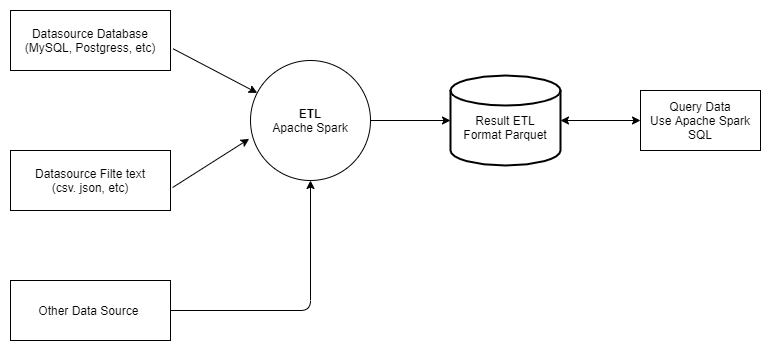
dendie-sanjaya/ai-chatbot-big-data-apache-spark keeps this draw.io diagram as ss/architecture.png. Above is the earlier version. Source tidied: cells renumbered, new cells last; positions are measured from the earlier drawing's top-left corner, leaving out a move shared by most shapes. The source it was exported from:
```xml
<mxGraphModel>
  <root>
    <mxCell id="0" />
    <mxCell id="1" parent="0" />
    <mxCell id="2" value="Datasource Database&lt;br&gt;(MySQL, Postgress, etc)" style="rounded=0;whiteSpace=wrap;html=1;" parent="1" vertex="1">
      <mxGeometry width="160" height="60" as="geometry" />
    </mxCell>
    <mxCell id="3" value="Datasource Filte text&lt;br&gt;(csv. json, etc)" style="rounded=0;whiteSpace=wrap;html=1;" parent="1" vertex="1">
      <mxGeometry y="140" width="160" height="60" as="geometry" />
    </mxCell>
    <mxCell id="4" value="&lt;b&gt;ETL&lt;/b&gt;&lt;br&gt;Apache Spark" style="ellipse;whiteSpace=wrap;html=1;" parent="1" vertex="1">
      <mxGeometry x="240" y="50" width="120" height="120" as="geometry" />
    </mxCell>
    <mxCell id="5" value="&lt;br&gt;Result ETL&lt;br&gt;Format&amp;nbsp;Parquet" style="strokeWidth=2;html=1;shape=mxgraph.flowchart.database;whiteSpace=wrap;" parent="1" vertex="1">
      <mxGeometry x="440" y="65" width="110" height="90" as="geometry" />
    </mxCell>
    <mxCell id="6" value="Query Data&lt;br&gt;Use Apache Spark SQL" style="rounded=0;whiteSpace=wrap;html=1;" parent="1" vertex="1">
      <mxGeometry x="630" y="80" width="120" height="60" as="geometry" />
    </mxCell>
    <mxCell id="7" style="endArrow=classic;html=1;exitX=1.017;exitY=0.639;exitDx=0;exitDy=0;exitPerimeter=0;" parent="1" edge="1" source="2" target="4">
      <mxGeometry relative="1" as="geometry" />
    </mxCell>
    <mxCell id="8" style="endArrow=classic;html=1;exitX=1.013;exitY=0.617;exitDx=0;exitDy=0;exitPerimeter=0;entryX=-0.011;entryY=0.653;entryDx=0;entryDy=0;entryPerimeter=0;" parent="1" edge="1" source="3" target="4">
      <mxGeometry relative="1" as="geometry" />
    </mxCell>
    <mxCell id="9" style="endArrow=classic;html=1;exitX=1;exitY=0.5;exitDx=0;exitDy=0;" parent="1" edge="1" source="4" target="5">
      <mxGeometry relative="1" as="geometry" />
    </mxCell>
    <mxCell id="10" style="endArrow=classic;startArrow=classic;html=1;exitX=1;exitY=0.5;exitDx=0;exitDy=0;exitPerimeter=0;entryX=0;entryY=0.5;entryDx=0;entryDy=0;" parent="1" edge="1" source="5" target="6">
      <mxGeometry relative="1" as="geometry" />
    </mxCell>
    <mxCell id="11" value="Other Data Source&amp;nbsp;" style="rounded=0;whiteSpace=wrap;html=1;" parent="1" vertex="1">
      <mxGeometry y="270" width="160" height="60" as="geometry" />
    </mxCell>
    <mxCell id="12" style="endArrow=classic;html=1;exitX=1;exitY=0.5;exitDx=0;exitDy=0;entryX=0.5;entryY=1;entryDx=0;entryDy=0;" parent="1" edge="1" source="11" target="4">
      <mxGeometry relative="1" as="geometry">
        <Array as="points">
          <mxPoint x="300" y="300" />
        </Array>
      </mxGeometry>
    </mxCell>
  </root>
</mxGraphModel>
```
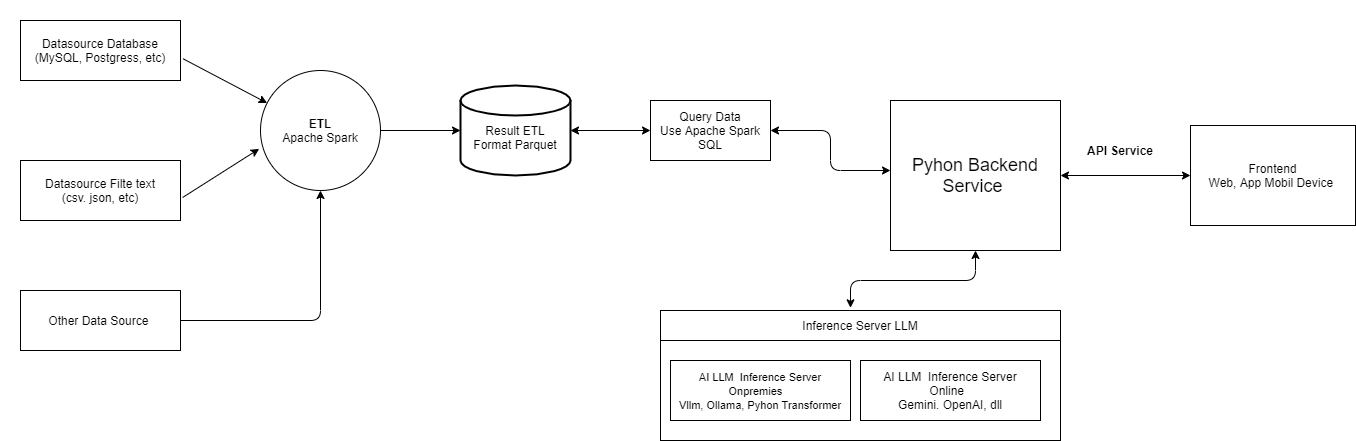
After the change.

What changed in the source:
```diff
@@ -39,5 +39,49 @@
         </Array>
       </mxGeometry>
     </mxCell>
+    <mxCell id="13" value="&lt;font style=&quot;font-size: 18px&quot;&gt;Pyhon Backend Service&amp;nbsp;&lt;/font&gt;" style="rounded=0;whiteSpace=wrap;html=1;" parent="1" vertex="1">
+      <mxGeometry x="870" y="80" width="170" height="150" as="geometry" />
+    </mxCell>
+    <mxCell id="14" style="group;" parent="1" vertex="1">
+      <mxGeometry x="640" y="290" width="400" height="130" as="geometry" />
+    </mxCell>
+    <mxCell id="15" style="rounded=0;whiteSpace=wrap;html=1;" parent="14" vertex="1">
+      <mxGeometry y="30" width="400" height="100" as="geometry" />
+    </mxCell>
+    <mxCell id="16" value="AI LLM&amp;nbsp; Inference Server Online&amp;nbsp;&amp;nbsp;&lt;br&gt;Gemini. OpenAI, dll" style="rounded=0;whiteSpace=wrap;html=1;" parent="14" vertex="1">
+      <mxGeometry x="200" y="50" width="180" height="60" as="geometry" />
+    </mxCell>
+    <mxCell id="17" value="&lt;font style=&quot;font-size: 11px&quot;&gt;AI LLM&amp;nbsp; Inference Server Onpremies&amp;nbsp; &amp;nbsp;&lt;br&gt;Vllm, Ollama, Pyhon Transformer&lt;/font&gt;" style="rounded=0;whiteSpace=wrap;html=1;" parent="14" vertex="1">
+      <mxGeometry x="10" y="50" width="180" height="60" as="geometry" />
+    </mxCell>
+    <mxCell id="18" value="Inference Server LLM" style="rounded=0;whiteSpace=wrap;html=1;" parent="14" vertex="1">
+      <mxGeometry width="400" height="30" as="geometry" />
+    </mxCell>
+    <mxCell id="19" style="endArrow=classic;startArrow=classic;html=1;exitX=1;exitY=0.5;exitDx=0;exitDy=0;" parent="1" edge="1" source="6">
+      <mxGeometry relative="1" as="geometry">
+        <mxPoint x="870" y="150" as="targetPoint" />
+        <Array as="points">
+          <mxPoint x="810" y="110" />
+          <mxPoint x="810" y="150" />
+        </Array>
+      </mxGeometry>
+    </mxCell>
+    <mxCell id="20" style="endArrow=classic;startArrow=classic;html=1;exitX=0.475;exitY=-0.089;exitDx=0;exitDy=0;exitPerimeter=0;entryX=0.5;entryY=1;entryDx=0;entryDy=0;" parent="1" edge="1" source="18" target="13">
+      <mxGeometry relative="1" as="geometry">
+        <Array as="points">
+          <mxPoint x="830" y="260" />
+          <mxPoint x="955" y="260" />
+        </Array>
+      </mxGeometry>
+    </mxCell>
+    <mxCell id="21" value="Frontend&lt;br&gt;Web, App Mobil Device&amp;nbsp;" style="rounded=0;whiteSpace=wrap;html=1;" parent="1" vertex="1">
+      <mxGeometry x="1170" y="105" width="165" height="100" as="geometry" />
+    </mxCell>
+    <mxCell id="22" style="endArrow=classic;startArrow=classic;html=1;exitX=1;exitY=0.5;exitDx=0;exitDy=0;entryX=0;entryY=0.5;entryDx=0;entryDy=0;" parent="1" edge="1" source="13" target="21">
+      <mxGeometry relative="1" as="geometry" />
+    </mxCell>
+    <mxCell id="23" value="API Service" style="text;html=1;strokeColor=none;fillColor=none;align=center;verticalAlign=middle;whiteSpace=wrap;rounded=0;fontStyle=1;" parent="1" vertex="1">
+      <mxGeometry x="1060" y="120" width="80" height="20" as="geometry" />
+    </mxCell>
   </root>
 </mxGraphModel>
```
